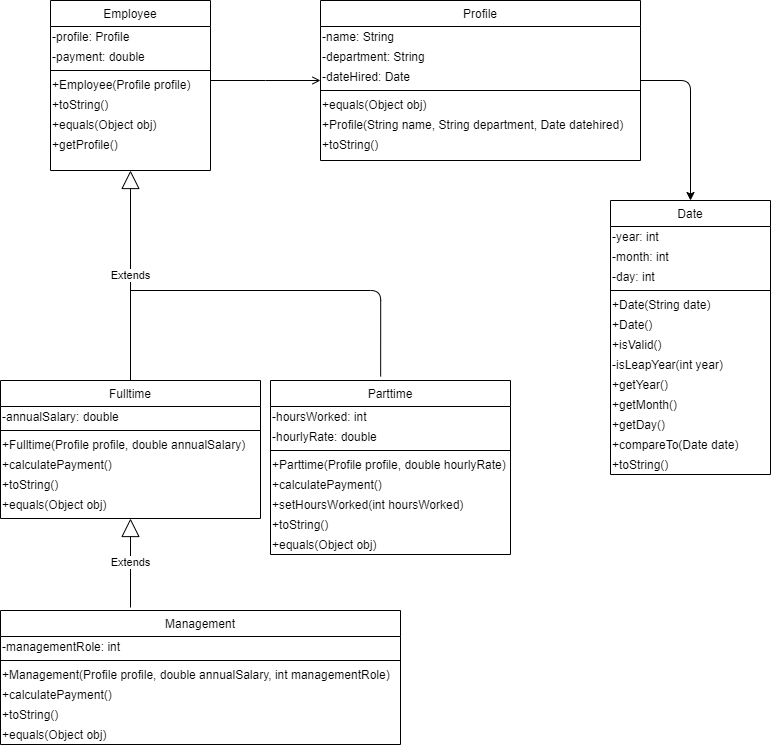
Earlier version of the draw.io export Project2ClassDiagram.png (DavidTaeHa/Payroll-Processing). Source tidied: cells renumbered, new cells last; positions are measured from the earlier drawing's top-left corner, leaving out a move shared by most shapes.
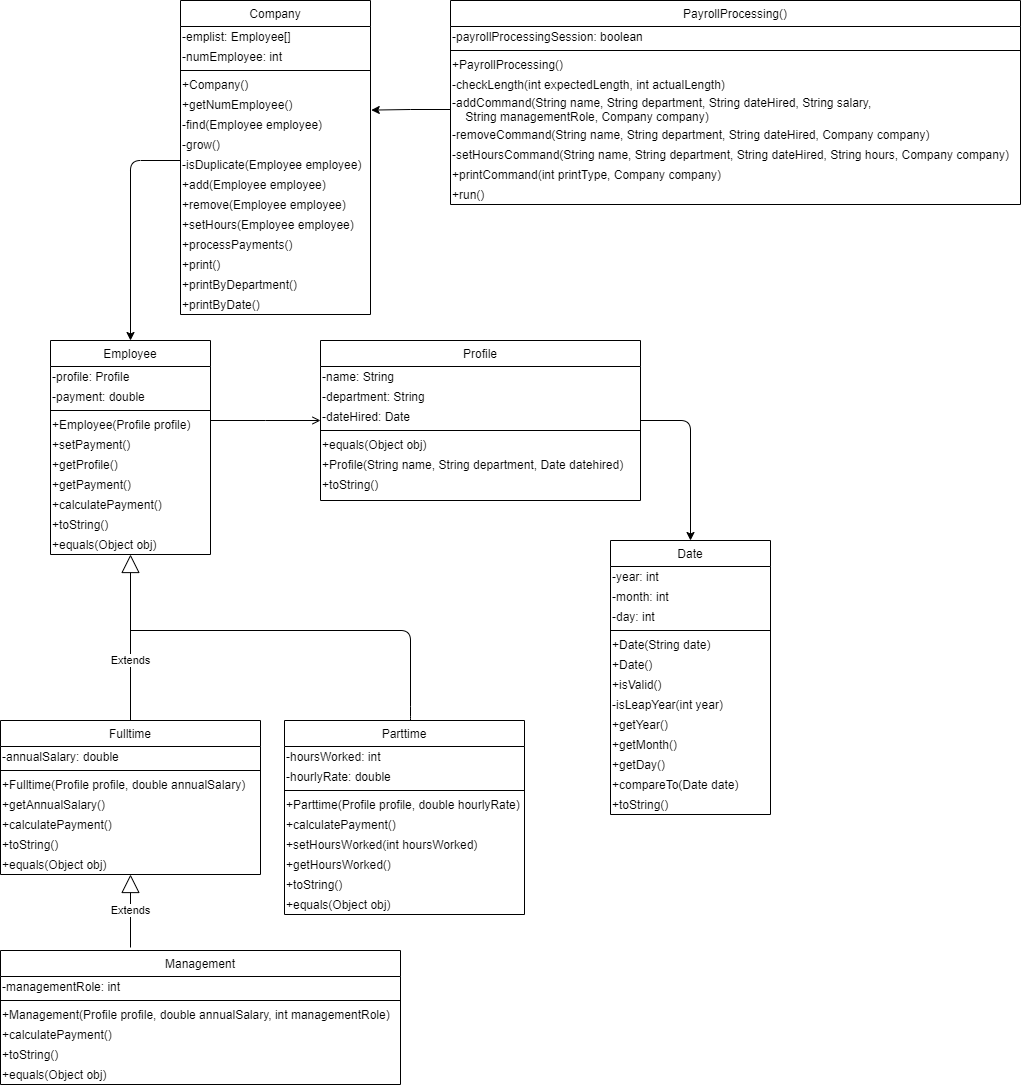
After the change.

The edit, as a diff of the source:
```diff
@@ -3,7 +3,7 @@
     <mxCell id="0" />
     <mxCell id="1" parent="0" />
     <mxCell id="2" value="Employee" style="swimlane;fontStyle=0;align=center;verticalAlign=top;horizontal=1;startSize=26;rounded=0;shadow=0;strokeWidth=1;" parent="1" vertex="1">
-      <mxGeometry x="50" width="160" height="170" as="geometry" />
+      <mxGeometry x="50" width="160" height="214" as="geometry" />
     </mxCell>
     <mxCell id="3" value="&lt;span&gt;-profile: Profile&lt;/span&gt;" style="text;html=1;align=left;verticalAlign=middle;" parent="2" vertex="1">
       <mxGeometry y="26" width="160" height="20" as="geometry" />
@@ -17,17 +17,26 @@
     <mxCell id="6" value="+Employee(Profile profile)" style="text;html=1;align=left;verticalAlign=middle;" parent="2" vertex="1">
       <mxGeometry y="74" width="160" height="20" as="geometry" />
     </mxCell>
+    <mxCell id="60" value="+setPayment()" style="text;html=1;align=left;verticalAlign=middle;" parent="2" vertex="1">
+      <mxGeometry y="94" width="160" height="20" as="geometry" />
+    </mxCell>
+    <mxCell id="9" value="+getProfile()" style="text;html=1;align=left;verticalAlign=middle;" parent="2" vertex="1">
+      <mxGeometry y="114" width="160" height="20" as="geometry" />
+    </mxCell>
+    <mxCell id="61" value="+getPayment()" style="text;html=1;align=left;verticalAlign=middle;" parent="2" vertex="1">
+      <mxGeometry y="134" width="160" height="20" as="geometry" />
+    </mxCell>
+    <mxCell id="62" value="+calculatePayment()" style="text;html=1;align=left;verticalAlign=middle;" parent="2" vertex="1">
+      <mxGeometry y="154" width="160" height="20" as="geometry" />
+    </mxCell>
     <mxCell id="7" value="+toString()" style="text;html=1;align=left;verticalAlign=middle;" parent="2" vertex="1">
-      <mxGeometry y="94" width="160" height="20" as="geometry" />
+      <mxGeometry y="174" width="160" height="20" as="geometry" />
     </mxCell>
     <mxCell id="8" value="+equals(Object obj)" style="text;html=1;align=left;verticalAlign=middle;" parent="2" vertex="1">
-      <mxGeometry y="114" width="160" height="20" as="geometry" />
+      <mxGeometry y="194" width="160" height="20" as="geometry" />
     </mxCell>
-    <mxCell id="9" value="+getProfile()" style="text;html=1;align=left;verticalAlign=middle;" parent="2" vertex="1">
-      <mxGeometry y="134" width="160" height="20" as="geometry" />
-    </mxCell>
     <mxCell id="10" value="Fulltime" style="swimlane;fontStyle=0;align=center;verticalAlign=top;horizontal=1;startSize=26;rounded=0;shadow=0;strokeWidth=1;" parent="1" vertex="1">
-      <mxGeometry y="380" width="260" height="138" as="geometry" />
+      <mxGeometry y="380" width="260" height="154" as="geometry" />
     </mxCell>
     <mxCell id="11" value="-annualSalary: double" style="text;html=1;align=left;verticalAlign=middle;" parent="10" vertex="1">
       <mxGeometry y="26" width="260" height="20" as="geometry" />
@@ -38,17 +47,20 @@
     <mxCell id="13" value="+Fulltime(Profile profile, double annualSalary)" style="text;html=1;align=left;verticalAlign=middle;" parent="10" vertex="1">
       <mxGeometry y="54" width="260" height="20" as="geometry" />
     </mxCell>
+    <mxCell id="63" value="+getAnnualSalary()" style="text;html=1;align=left;verticalAlign=middle;" parent="10" vertex="1">
+      <mxGeometry y="74" width="260" height="20" as="geometry" />
+    </mxCell>
     <mxCell id="14" value="+calculatePayment()" style="text;html=1;align=left;verticalAlign=middle;" parent="10" vertex="1">
-      <mxGeometry y="74" width="260" height="20" as="geometry" />
+      <mxGeometry y="94" width="260" height="20" as="geometry" />
     </mxCell>
     <mxCell id="15" value="+toString()" style="text;html=1;align=left;verticalAlign=middle;" parent="10" vertex="1">
-      <mxGeometry y="94" width="260" height="20" as="geometry" />
+      <mxGeometry y="114" width="260" height="20" as="geometry" />
     </mxCell>
     <mxCell id="16" value="+equals(Object obj)" style="text;html=1;align=left;verticalAlign=middle;" parent="10" vertex="1">
-      <mxGeometry y="114" width="260" height="20" as="geometry" />
+      <mxGeometry y="134" width="260" height="20" as="geometry" />
     </mxCell>
     <mxCell id="17" value="Parttime" style="swimlane;fontStyle=0;align=center;verticalAlign=top;horizontal=1;startSize=26;rounded=0;shadow=0;strokeWidth=1;" parent="1" vertex="1">
-      <mxGeometry x="270" y="380" width="240" height="174" as="geometry" />
+      <mxGeometry x="284" y="380" width="240" height="194" as="geometry" />
     </mxCell>
     <mxCell id="18" value="-hoursWorked: int" style="text;html=1;align=left;verticalAlign=middle;" parent="17" vertex="1">
       <mxGeometry y="26" width="240" height="20" as="geometry" />
@@ -68,11 +80,14 @@
     <mxCell id="23" value="+setHoursWorked(int hoursWorked)" style="text;html=1;align=left;verticalAlign=middle;" parent="17" vertex="1">
       <mxGeometry y="114" width="240" height="20" as="geometry" />
     </mxCell>
+    <mxCell id="64" value="+getHoursWorked()" style="text;html=1;align=left;verticalAlign=middle;" parent="17" vertex="1">
+      <mxGeometry y="134" width="240" height="20" as="geometry" />
+    </mxCell>
     <mxCell id="24" value="+toString()" style="text;html=1;align=left;verticalAlign=middle;" parent="17" vertex="1">
-      <mxGeometry y="134" width="240" height="20" as="geometry" />
+      <mxGeometry y="154" width="240" height="20" as="geometry" />
     </mxCell>
     <mxCell id="25" value="+equals(Object obj)" style="text;html=1;align=left;verticalAlign=middle;" parent="17" vertex="1">
-      <mxGeometry y="154" width="240" height="20" as="geometry" />
+      <mxGeometry y="174" width="240" height="20" as="geometry" />
     </mxCell>
     <mxCell id="26" value="Profile" style="swimlane;fontStyle=0;align=center;verticalAlign=top;horizontal=1;startSize=26;rounded=0;shadow=0;strokeWidth=1;" parent="1" vertex="1">
       <mxGeometry x="320" width="320" height="160" as="geometry" />
@@ -176,13 +191,15 @@
       </mxGeometry>
     </mxCell>
     <mxCell id="57" value="Extends" style="endArrow=block;endSize=16;endFill=0;html=1;entryX=0.5;entryY=1;entryDx=0;entryDy=0;exitX=0.5;exitY=0;exitDx=0;exitDy=0;" parent="1" edge="1" source="10" target="2">
-      <mxGeometry relative="1" as="geometry" />
+      <mxGeometry x="-0.28" relative="1" as="geometry" />
     </mxCell>
-    <mxCell id="58" style="edgeStyle=segmentEdgeStyle;endArrow=none;html=1;exitX=0.459;exitY=-0.023;exitDx=0;exitDy=0;exitPerimeter=0;endFill=0;" parent="1" edge="1" source="17">
+    <mxCell id="58" style="edgeStyle=segmentEdgeStyle;endArrow=none;html=1;endFill=0;" parent="1" edge="1">
       <mxGeometry relative="1" as="geometry">
+        <mxPoint x="410" y="380" as="sourcePoint" />
         <mxPoint x="130" y="290" as="targetPoint" />
         <Array as="points">
-          <mxPoint x="380" y="290" />
+          <mxPoint x="410" y="376" />
+          <mxPoint x="410" y="290" />
         </Array>
       </mxGeometry>
     </mxCell>
@@ -191,5 +208,93 @@
         <mxPoint x="130" y="607" as="sourcePoint" />
       </mxGeometry>
     </mxCell>
+    <mxCell id="65" value="Company" style="swimlane;fontStyle=0;align=center;verticalAlign=top;horizontal=1;startSize=26;" parent="1" vertex="1">
+      <mxGeometry x="180" y="-340" width="190" height="314" as="geometry" />
+    </mxCell>
+    <mxCell id="66" value="-emplist: Employee[]" style="text;html=1;align=left;verticalAlign=middle;" parent="65" vertex="1">
+      <mxGeometry y="26" width="190" height="20" as="geometry" />
+    </mxCell>
+    <mxCell id="67" value="-numEmployee: int" style="text;html=1;align=left;verticalAlign=middle;" parent="65" vertex="1">
+      <mxGeometry y="46" width="190" height="20" as="geometry" />
+    </mxCell>
+    <mxCell id="68" style="line;strokeWidth=1;fillColor=none;align=left;verticalAlign=middle;spacingTop=-1;spacingLeft=3;spacingRight=3;labelPosition=right;" parent="65" vertex="1">
+      <mxGeometry y="66" width="190" height="8" as="geometry" />
+    </mxCell>
+    <mxCell id="69" value="+Company()" style="text;html=1;align=left;verticalAlign=middle;" parent="65" vertex="1">
+      <mxGeometry y="74" width="190" height="20" as="geometry" />
+    </mxCell>
+    <mxCell id="70" value="+getNumEmployee()" style="text;html=1;align=left;verticalAlign=middle;points=[];" parent="65" vertex="1">
+      <mxGeometry y="94" width="190" height="20" as="geometry" />
+    </mxCell>
+    <mxCell id="71" value="-find(Employee employee)" style="text;html=1;align=left;verticalAlign=middle;" parent="65" vertex="1">
+      <mxGeometry y="114" width="190" height="20" as="geometry" />
+    </mxCell>
+    <mxCell id="72" value="-grow()" style="text;html=1;align=left;verticalAlign=middle;" parent="65" vertex="1">
+      <mxGeometry y="134" width="190" height="20" as="geometry" />
+    </mxCell>
+    <mxCell id="73" value="-isDuplicate(Employee employee)" style="text;html=1;align=left;verticalAlign=middle;points=[];" parent="65" vertex="1">
+      <mxGeometry y="154" width="190" height="20" as="geometry" />
+    </mxCell>
+    <mxCell id="74" value="+add(Employee employee)" style="text;html=1;align=left;verticalAlign=middle;" parent="65" vertex="1">
+      <mxGeometry y="174" width="190" height="20" as="geometry" />
+    </mxCell>
+    <mxCell id="75" value="+remove(Employee employee)" style="text;html=1;align=left;verticalAlign=middle;" parent="65" vertex="1">
+      <mxGeometry y="194" width="190" height="20" as="geometry" />
+    </mxCell>
+    <mxCell id="76" value="+setHours(Employee employee)" style="text;html=1;align=left;verticalAlign=middle;" parent="65" vertex="1">
+      <mxGeometry y="214" width="190" height="20" as="geometry" />
+    </mxCell>
+    <mxCell id="77" value="+processPayments()" style="text;html=1;align=left;verticalAlign=middle;" parent="65" vertex="1">
+      <mxGeometry y="234" width="190" height="20" as="geometry" />
+    </mxCell>
+    <mxCell id="78" value="+print()" style="text;html=1;align=left;verticalAlign=middle;" parent="65" vertex="1">
+      <mxGeometry y="254" width="190" height="20" as="geometry" />
+    </mxCell>
+    <mxCell id="79" value="+printByDepartment()" style="text;html=1;align=left;verticalAlign=middle;" parent="65" vertex="1">
+      <mxGeometry y="274" width="190" height="20" as="geometry" />
+    </mxCell>
+    <mxCell id="80" value="+printByDate()" style="text;html=1;align=left;verticalAlign=middle;" parent="65" vertex="1">
+      <mxGeometry y="294" width="190" height="20" as="geometry" />
+    </mxCell>
+    <mxCell id="81" style="edgeStyle=elbowEdgeStyle;elbow=vertical;endArrow=classic;html=1;exitX=0;exitY=0.3;exitDx=0;exitDy=0;exitPerimeter=0;entryX=0.5;entryY=0;entryDx=0;entryDy=0;entryPerimeter=0;" parent="1" edge="1" source="73" target="2">
+      <mxGeometry relative="1" as="geometry">
+        <Array as="points">
+          <mxPoint x="130" y="-180" />
+        </Array>
+      </mxGeometry>
+    </mxCell>
+    <mxCell id="82" value="PayrollProcessing()" style="swimlane;fontStyle=0;align=center;verticalAlign=top;horizontal=1;startSize=26;" parent="1" vertex="1">
+      <mxGeometry x="450" y="-340" width="570" height="204" as="geometry" />
+    </mxCell>
+    <mxCell id="83" value="-payrollProcessingSession: boolean" style="text;html=1;align=left;verticalAlign=middle;" parent="82" vertex="1">
+      <mxGeometry y="26" width="570" height="20" as="geometry" />
+    </mxCell>
+    <mxCell id="84" style="line;strokeWidth=1;fillColor=none;align=left;verticalAlign=middle;spacingTop=-1;spacingLeft=3;spacingRight=3;labelPosition=right;" parent="82" vertex="1">
+      <mxGeometry y="46" width="570" height="8" as="geometry" />
+    </mxCell>
+    <mxCell id="85" value="+PayrollProcessing()" style="text;html=1;align=left;verticalAlign=middle;" parent="82" vertex="1">
+      <mxGeometry y="54" width="570" height="20" as="geometry" />
+    </mxCell>
+    <mxCell id="86" value="-checkLength(int expectedLength, int actualLength)" style="text;html=1;align=left;verticalAlign=middle;" parent="82" vertex="1">
+      <mxGeometry y="74" width="570" height="20" as="geometry" />
+    </mxCell>
+    <mxCell id="87" value="-addCommand(String name, String department, String dateHired, String salary, &lt;br&gt;&amp;nbsp; &amp;nbsp; String managementRole, Company company)" style="text;html=1;align=left;verticalAlign=middle;points=[];" parent="82" vertex="1">
+      <mxGeometry y="94" width="570" height="30" as="geometry" />
+    </mxCell>
+    <mxCell id="88" value="-removeCommand(String name, String department, String dateHired, Company company)" style="text;html=1;align=left;verticalAlign=middle;" parent="82" vertex="1">
+      <mxGeometry y="124" width="570" height="20" as="geometry" />
+    </mxCell>
+    <mxCell id="89" value="-setHoursCommand(String name, String department, String dateHired, String hours, Company company)" style="text;html=1;align=left;verticalAlign=middle;" parent="82" vertex="1">
+      <mxGeometry y="144" width="570" height="20" as="geometry" />
+    </mxCell>
+    <mxCell id="90" value="+printCommand(int printType, Company company)" style="text;html=1;align=left;verticalAlign=middle;" parent="82" vertex="1">
+      <mxGeometry y="164" width="570" height="20" as="geometry" />
+    </mxCell>
+    <mxCell id="91" value="+run()" style="text;html=1;align=left;verticalAlign=middle;" parent="82" vertex="1">
+      <mxGeometry y="184" width="570" height="20" as="geometry" />
+    </mxCell>
+    <mxCell id="92" style="edgeStyle=orthogonalEdgeStyle;rounded=0;jettySize=auto;html=1;entryX=1.004;entryY=0.78;entryDx=0;entryDy=0;entryPerimeter=0;" parent="1" edge="1" source="87" target="70">
+      <mxGeometry relative="1" as="geometry" />
+    </mxCell>
   </root>
 </mxGraphModel>
```
